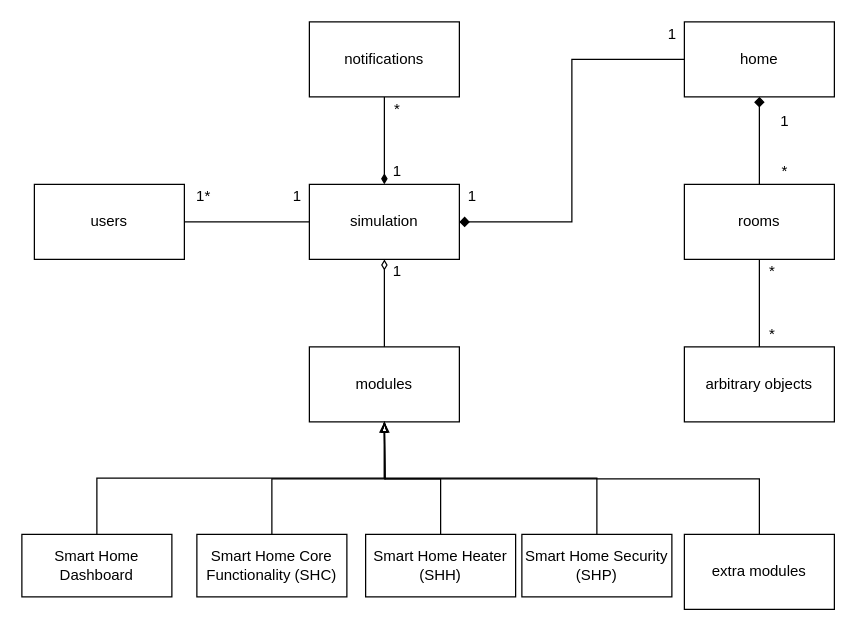
The draw.io diagram page "domain model" (1 of 3) of homeSysDiagrams.drawio in DGovi/soen343house, before the edit. Source tidied: cells renumbered, new cells numbered last; positions are measured from the earlier drawing's top-left corner, leaving out a move shared by most shapes. Both pictures are drawn from the tidied source at 125%, with x=0, y=0 at pixel (21, 21).
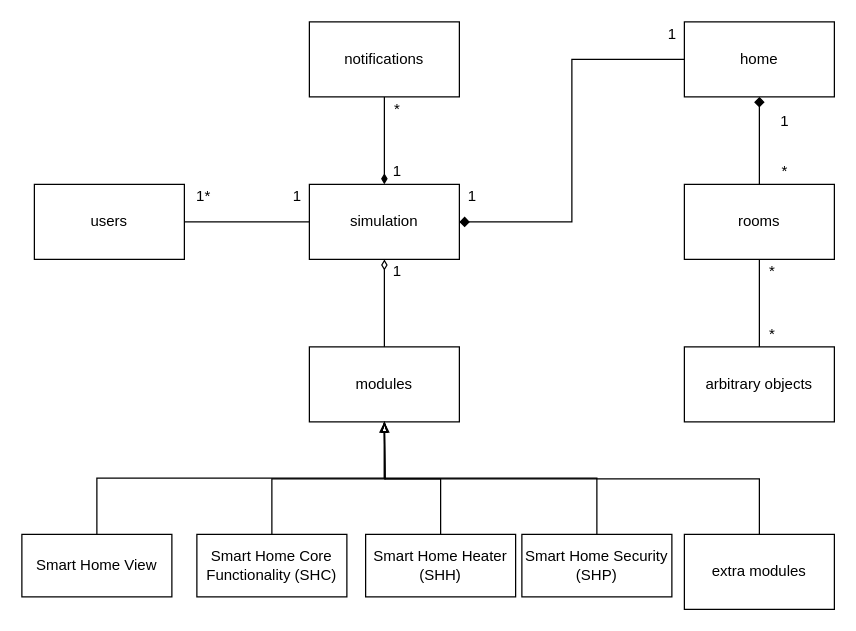
Above is the later version.

Change to the diagram source:
```diff
@@
-    <mxCell id="11" value="Smart Home Dashboard" style="rounded=0;whiteSpace=wrap;html=1;" parent="1" vertex="1">
+    <mxCell id="11" value="Smart Home View" style="rounded=0;whiteSpace=wrap;html=1;" parent="1" vertex="1">
       <mxGeometry y="410" width="120" height="50" as="geometry" />
     </mxCell>
```
